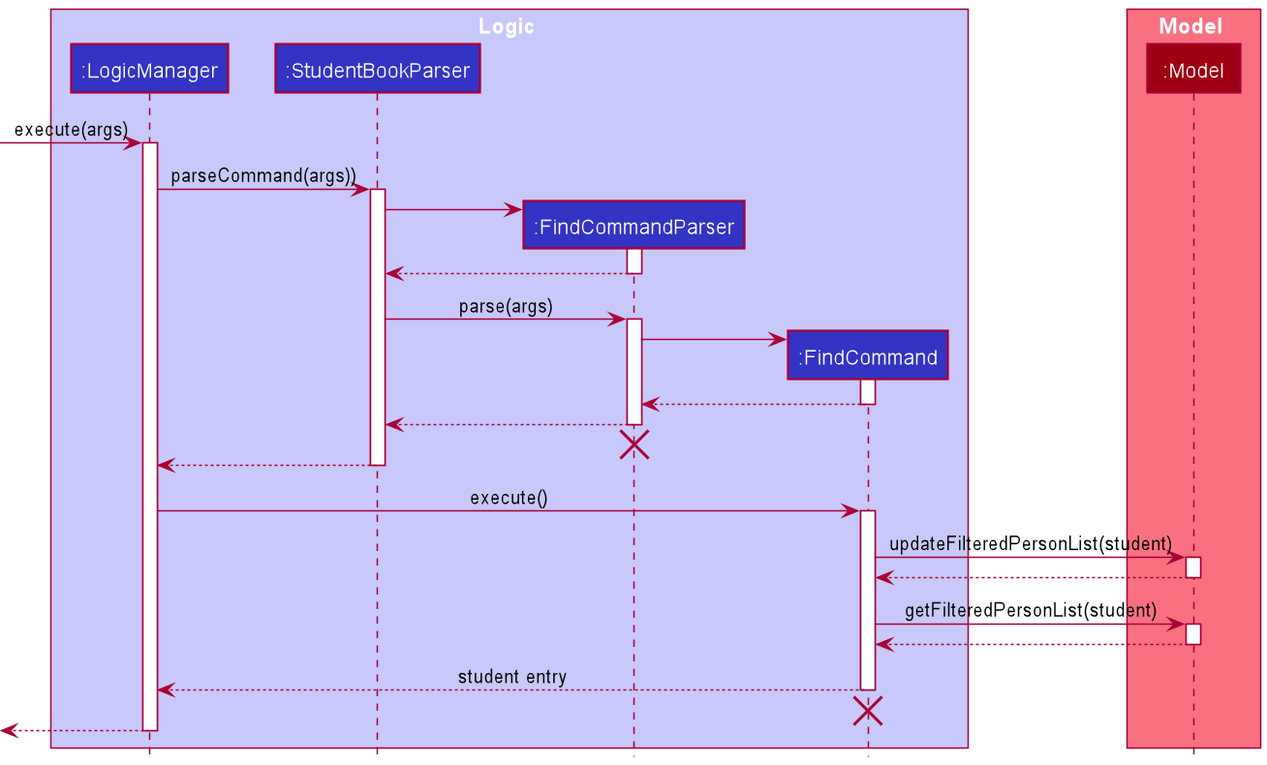
This is docs/images/FindStudentSequenceDiagram.png from nus-cs2103-AY2021S2/tp, a PlantUML export, as it was before one commit.
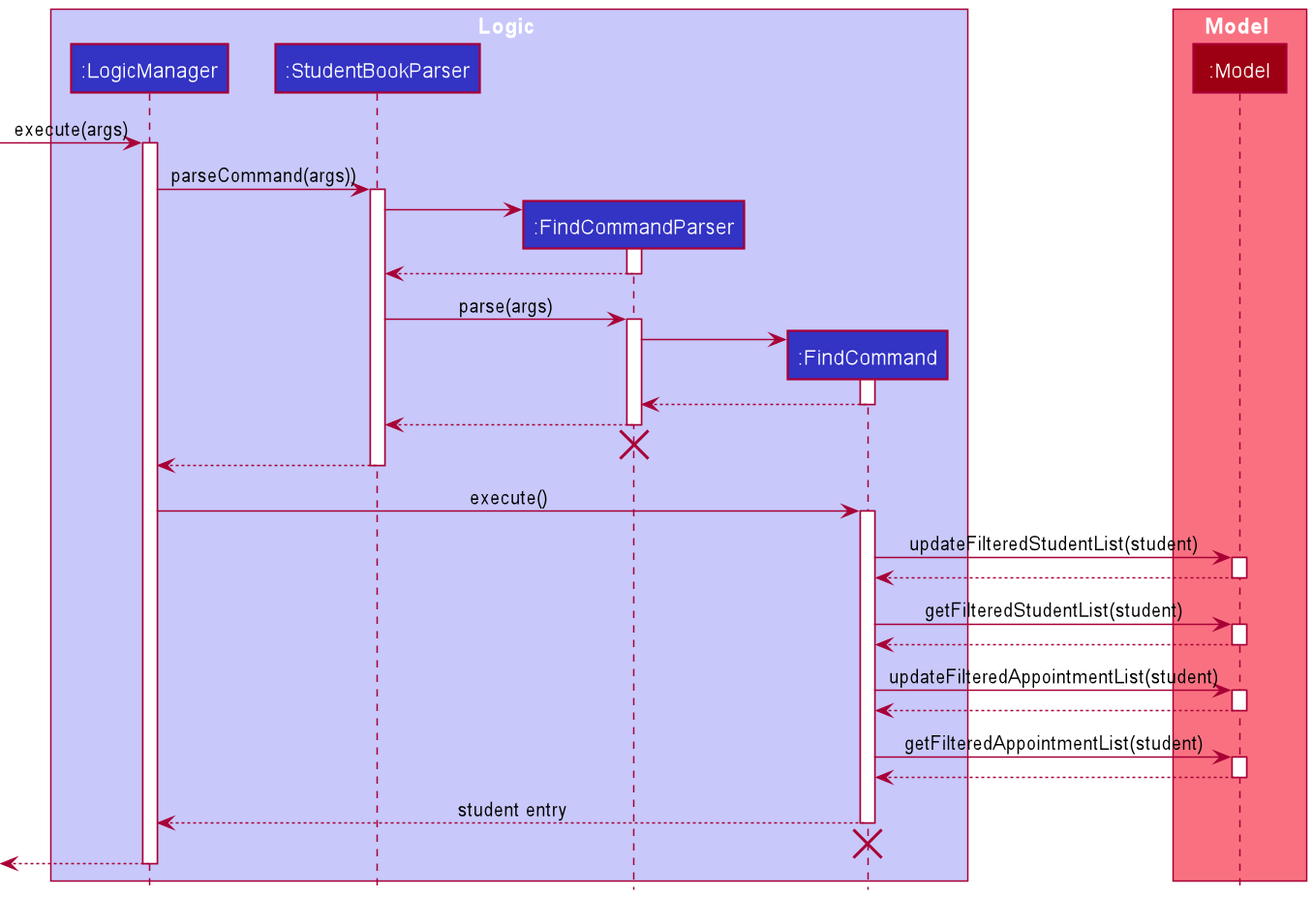
After the change.

What changed in the source:
```diff
@@ -45,13 +45,25 @@
 LogicManager -> FindCommand : execute()
 activate FindCommand
 
-FindCommand -> Model : updateFilteredPersonList(student)
+FindCommand -> Model : updateFilteredStudentList(student)
 activate Model
 
 Model --> FindCommand
 deactivate Model
 
-FindCommand -> Model : getFilteredPersonList(student)
+FindCommand -> Model : getFilteredStudentList(student)
+activate Model
+
+Model --> FindCommand
+deactivate Model
+
+FindCommand -> Model : updateFilteredAppointmentList(student)
+activate Model
+
+Model --> FindCommand
+deactivate Model
+
+FindCommand -> Model : getFilteredAppointmentList(student)
 activate Model
 
 Model --> FindCommand
```
